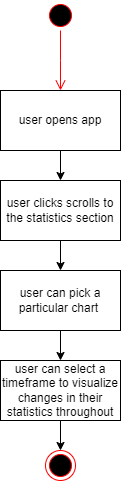
3RA3-F23/acmerun-acme-77 keeps this draw.io diagram as models/s4uml2.png. Above is the earlier version. Source tidied: cells renumbered, new cells last; positions are measured from the earlier drawing's top-left corner, leaving out a move shared by most shapes. Source of this version:
```xml
<mxGraphModel>
  <root>
    <mxCell id="0" />
    <mxCell id="1" parent="0" />
    <mxCell id="2" style="edgeStyle=orthogonalEdgeStyle;rounded=0;jettySize=auto;html=1;exitX=0.5;exitY=1;exitDx=0;exitDy=0;" parent="1" edge="1" source="3" target="5">
      <mxGeometry relative="1" as="geometry" />
    </mxCell>
    <mxCell id="3" value="user opens app" style="rounded=0;whiteSpace=wrap;html=1;" parent="1" vertex="1">
      <mxGeometry y="90" width="120" height="60" as="geometry" />
    </mxCell>
    <mxCell id="4" style="edgeStyle=orthogonalEdgeStyle;rounded=0;jettySize=auto;html=1;exitX=0.5;exitY=1;exitDx=0;exitDy=0;" parent="1" edge="1" source="5" target="7">
      <mxGeometry relative="1" as="geometry" />
    </mxCell>
    <mxCell id="5" value="user clicks scrolls to the statistics section" style="rounded=0;whiteSpace=wrap;html=1;" parent="1" vertex="1">
      <mxGeometry y="180" width="120" height="60" as="geometry" />
    </mxCell>
    <mxCell id="6" style="edgeStyle=orthogonalEdgeStyle;rounded=0;jettySize=auto;html=1;exitX=0.5;exitY=1;exitDx=0;exitDy=0;" parent="1" edge="1" source="7" target="9">
      <mxGeometry relative="1" as="geometry" />
    </mxCell>
    <mxCell id="7" value="user can pick a particular chart&amp;nbsp;" style="rounded=0;whiteSpace=wrap;html=1;" parent="1" vertex="1">
      <mxGeometry y="270" width="120" height="60" as="geometry" />
    </mxCell>
    <mxCell id="8" style="edgeStyle=orthogonalEdgeStyle;rounded=0;jettySize=auto;html=1;exitX=0.5;exitY=1;exitDx=0;exitDy=0;entryX=0.5;entryY=0;entryDx=0;entryDy=0;" parent="1" edge="1" source="9" target="10">
      <mxGeometry relative="1" as="geometry" />
    </mxCell>
    <mxCell id="9" value="user can select a timeframe to visualize changes in their statistics throughout" style="rounded=0;whiteSpace=wrap;html=1;" parent="1" vertex="1">
      <mxGeometry y="360" width="120" height="60" as="geometry" />
    </mxCell>
    <mxCell id="10" style="ellipse;html=1;shape=endState;fillColor=#000000;strokeColor=#ff0000;" parent="1" vertex="1">
      <mxGeometry x="45" y="450" width="30" height="30" as="geometry" />
    </mxCell>
    <mxCell id="11" style="ellipse;html=1;shape=startState;fillColor=#000000;strokeColor=#ff0000;" parent="1" vertex="1">
      <mxGeometry x="45" width="30" height="30" as="geometry" />
    </mxCell>
    <mxCell id="12" style="edgeStyle=orthogonalEdgeStyle;html=1;verticalAlign=bottom;endArrow=open;endSize=8;strokeColor=#ff0000;rounded=0;" parent="1" edge="1" source="11">
      <mxGeometry relative="1" as="geometry">
        <mxPoint x="60" y="90" as="targetPoint" />
      </mxGeometry>
    </mxCell>
  </root>
</mxGraphModel>
```
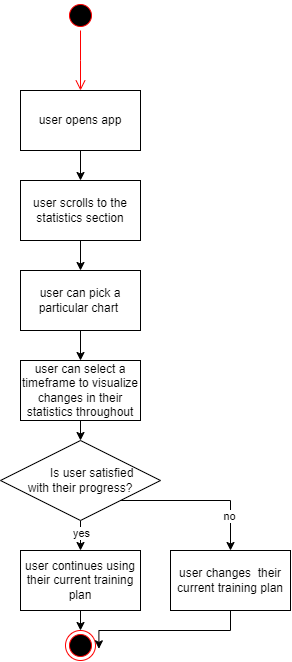
After the commit.

What changed in the source:
```diff
@@ -11,7 +11,7 @@
     <mxCell id="4" style="edgeStyle=orthogonalEdgeStyle;rounded=0;jettySize=auto;html=1;exitX=0.5;exitY=1;exitDx=0;exitDy=0;" parent="1" edge="1" source="5" target="7">
       <mxGeometry relative="1" as="geometry" />
     </mxCell>
-    <mxCell id="5" value="user clicks scrolls to the statistics section" style="rounded=0;whiteSpace=wrap;html=1;" parent="1" vertex="1">
+    <mxCell id="5" value="user scrolls to the statistics section" style="rounded=0;whiteSpace=wrap;html=1;" parent="1" vertex="1">
       <mxGeometry y="180" width="120" height="60" as="geometry" />
     </mxCell>
     <mxCell id="6" style="edgeStyle=orthogonalEdgeStyle;rounded=0;jettySize=auto;html=1;exitX=0.5;exitY=1;exitDx=0;exitDy=0;" parent="1" edge="1" source="7" target="9">
@@ -20,14 +20,14 @@
     <mxCell id="7" value="user can pick a particular chart&amp;nbsp;" style="rounded=0;whiteSpace=wrap;html=1;" parent="1" vertex="1">
       <mxGeometry y="270" width="120" height="60" as="geometry" />
     </mxCell>
-    <mxCell id="8" style="edgeStyle=orthogonalEdgeStyle;rounded=0;jettySize=auto;html=1;exitX=0.5;exitY=1;exitDx=0;exitDy=0;entryX=0.5;entryY=0;entryDx=0;entryDy=0;" parent="1" edge="1" source="9" target="10">
-      <mxGeometry relative="1" as="geometry" />
-    </mxCell>
+    <mxCell id="13" style="edgeStyle=orthogonalEdgeStyle;rounded=0;jettySize=auto;html=1;exitX=0.5;exitY=1;exitDx=0;exitDy=0;entryX=0.5;entryY=0;entryDx=0;entryDy=0;" parent="1" edge="1" source="9" target="18">
+      <mxGeometry relative="1" as="geometry" />
+    </mxCell>
     <mxCell id="9" value="user can select a timeframe to visualize changes in their statistics throughout" style="rounded=0;whiteSpace=wrap;html=1;" parent="1" vertex="1">
       <mxGeometry y="360" width="120" height="60" as="geometry" />
     </mxCell>
     <mxCell id="10" style="ellipse;html=1;shape=endState;fillColor=#000000;strokeColor=#ff0000;" parent="1" vertex="1">
-      <mxGeometry x="45" y="450" width="30" height="30" as="geometry" />
+      <mxGeometry x="45" y="630" width="30" height="30" as="geometry" />
     </mxCell>
     <mxCell id="11" style="ellipse;html=1;shape=startState;fillColor=#000000;strokeColor=#ff0000;" parent="1" vertex="1">
       <mxGeometry x="45" width="30" height="30" as="geometry" />
@@ -37,5 +37,37 @@
         <mxPoint x="60" y="90" as="targetPoint" />
       </mxGeometry>
     </mxCell>
+    <mxCell id="14" style="edgeStyle=orthogonalEdgeStyle;rounded=0;jettySize=auto;html=1;exitX=0.5;exitY=1;exitDx=0;exitDy=0;entryX=0.5;entryY=0;entryDx=0;entryDy=0;" parent="1" edge="1" source="18" target="20">
+      <mxGeometry relative="1" as="geometry" />
+    </mxCell>
+    <mxCell id="15" value="yes" style="edgeLabel;html=1;align=center;verticalAlign=middle;" parent="14" vertex="1">
+      <mxGeometry x="-0.17" y="1" relative="1" as="geometry" />
+    </mxCell>
+    <mxCell id="16" style="edgeStyle=orthogonalEdgeStyle;rounded=0;jettySize=auto;html=1;exitX=1;exitY=1;exitDx=0;exitDy=0;entryX=0.5;entryY=0;entryDx=0;entryDy=0;" parent="1" edge="1" source="18" target="21">
+      <mxGeometry relative="1" as="geometry" />
+    </mxCell>
+    <mxCell id="17" value="no" style="edgeLabel;html=1;align=center;verticalAlign=middle;" parent="16" vertex="1">
+      <mxGeometry x="0.57" y="-1" relative="1" as="geometry" />
+    </mxCell>
+    <mxCell id="18" value="&amp;nbsp; &amp;nbsp; &amp;nbsp; &amp;nbsp;Is user satisfied &lt;br&gt;with their progress?" style="rhombus;whiteSpace=wrap;html=1;" parent="1" vertex="1">
+      <mxGeometry x="-20" y="440" width="160" height="80" as="geometry" />
+    </mxCell>
+    <mxCell id="19" style="edgeStyle=orthogonalEdgeStyle;rounded=0;jettySize=auto;html=1;exitX=0.5;exitY=1;exitDx=0;exitDy=0;entryX=0.5;entryY=0;entryDx=0;entryDy=0;" parent="1" edge="1" source="20" target="10">
+      <mxGeometry relative="1" as="geometry" />
+    </mxCell>
+    <mxCell id="20" value="user continues using their current training plan" style="rounded=0;whiteSpace=wrap;html=1;" parent="1" vertex="1">
+      <mxGeometry y="550" width="120" height="60" as="geometry" />
+    </mxCell>
+    <mxCell id="21" value="user changes&amp;nbsp; their current training plan" style="rounded=0;whiteSpace=wrap;html=1;" parent="1" vertex="1">
+      <mxGeometry x="150" y="550" width="120" height="60" as="geometry" />
+    </mxCell>
+    <mxCell id="22" style="edgeStyle=orthogonalEdgeStyle;rounded=0;jettySize=auto;html=1;exitX=0.5;exitY=1;exitDx=0;exitDy=0;entryX=1.113;entryY=0.61;entryDx=0;entryDy=0;entryPerimeter=0;" parent="1" edge="1" source="21" target="10">
+      <mxGeometry relative="1" as="geometry">
+        <Array as="points">
+          <mxPoint x="210" y="630" />
+          <mxPoint x="78" y="630" />
+        </Array>
+      </mxGeometry>
+    </mxCell>
   </root>
 </mxGraphModel>
```
